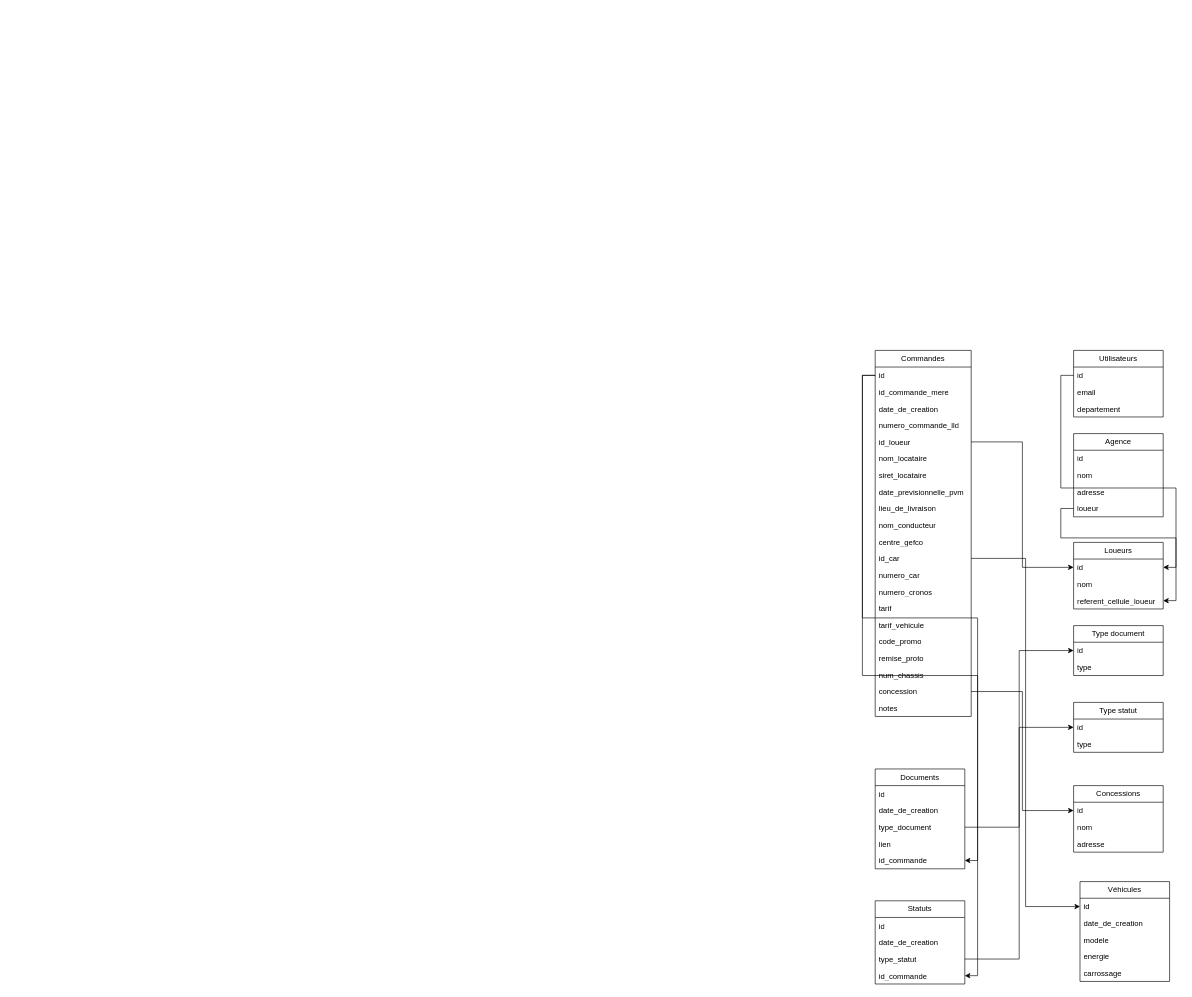
Earlier version of the draw.io diagram Diagramme sans nom.drawio (GilYounicorns/Graph). Source tidied: cells renumbered, new cells numbered last; positions are measured from the earlier drawing's top-left corner, leaving out a move shared by most shapes. Both pictures are drawn from the tidied source at 64%, with x=0, y=0 at pixel (875, 350).
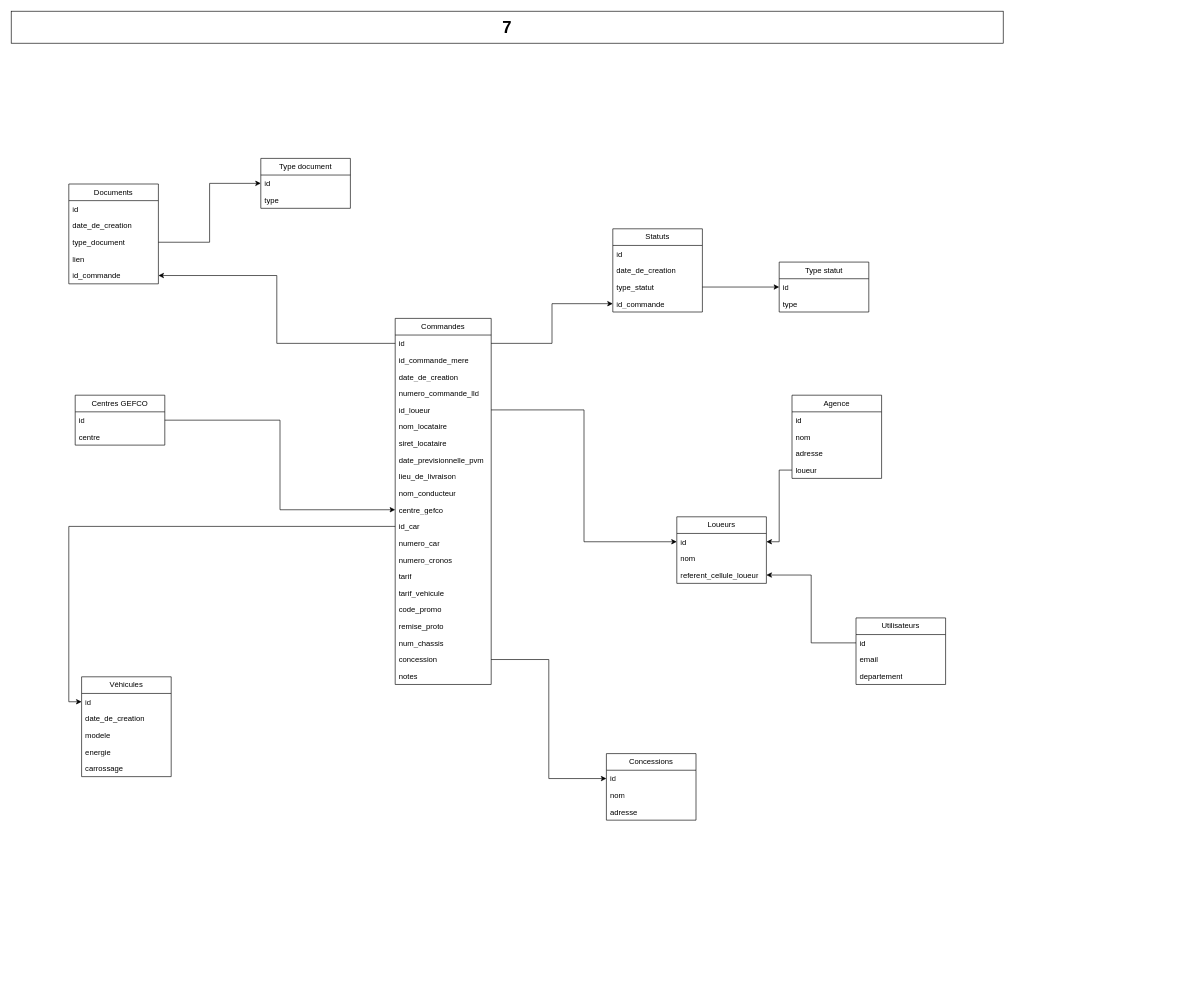
After the change.

Commit message:
Mettre à jour Diagramme sans nom.drawio

Unchanged cells that the change refers to:
```xml
<mxCell id="13" value="centre_gefco" style="text;strokeColor=none;fillColor=none;align=left;verticalAlign=top;spacingLeft=4;spacingRight=4;overflow=hidden;points=[[0,0.5],[1,0.5]];portConstraint=eastwest;whiteSpace=wrap;html=1;" parent="2" vertex="1">
  <mxGeometry y="286" width="150" height="26" as="geometry" />
</mxCell>
```

What changed in the source:
```diff
@@
     <mxCell id="2" value="Commandes" style="swimlane;fontStyle=0;horizontal=1;startSize=26;fillColor=none;whiteSpace=wrap;html=1;" parent="1" vertex="1">
-      <mxGeometry width="150" height="572" as="geometry" />
+      <mxGeometry x="-750" y="-50" width="150" height="572" as="geometry" />
     </mxCell>
@@
     <mxCell id="24" value="Utilisateurs" style="swimlane;fontStyle=0;horizontal=1;startSize=26;fillColor=none;whiteSpace=wrap;html=1;" parent="1" vertex="1">
-      <mxGeometry x="310" width="140" height="104" as="geometry" />
+      <mxGeometry x="-30" y="418" width="140" height="104" as="geometry" />
     </mxCell>
@@
     <mxCell id="28" value="Loueurs" style="swimlane;fontStyle=0;horizontal=1;startSize=26;fillColor=none;whiteSpace=wrap;html=1;" parent="1" vertex="1">
-      <mxGeometry x="310" y="300" width="140" height="104" as="geometry" />
+      <mxGeometry x="-310" y="260" width="140" height="104" as="geometry" />
     </mxCell>
@@
     <mxCell id="32" value="Agence" style="swimlane;fontStyle=0;horizontal=1;startSize=26;fillColor=none;whiteSpace=wrap;html=1;" parent="1" vertex="1">
-      <mxGeometry x="310" y="130" width="140" height="130" as="geometry" />
+      <mxGeometry x="-130" y="70" width="140" height="130" as="geometry" />
     </mxCell>
@@
     <mxCell id="37" value="Type statut" style="swimlane;fontStyle=0;horizontal=1;startSize=26;fillColor=none;whiteSpace=wrap;html=1;" parent="1" vertex="1">
-      <mxGeometry x="310" y="550" width="140" height="78" as="geometry" />
+      <mxGeometry x="-150" y="-138" width="140" height="78" as="geometry" />
     </mxCell>
@@
     <mxCell id="40" value="Statuts" style="swimlane;fontStyle=0;horizontal=1;startSize=26;fillColor=none;whiteSpace=wrap;html=1;" parent="1" vertex="1">
-      <mxGeometry y="860" width="140" height="130" as="geometry" />
+      <mxGeometry x="-410" y="-190" width="140" height="130" as="geometry" />
     </mxCell>
@@
     <mxCell id="45" value="Documents" style="swimlane;fontStyle=0;horizontal=1;startSize=26;fillColor=none;whiteSpace=wrap;html=1;" parent="1" vertex="1">
-      <mxGeometry y="654" width="140" height="156" as="geometry" />
+      <mxGeometry x="-1260" y="-260" width="140" height="156" as="geometry" />
     </mxCell>
@@
     <mxCell id="51" value="Concessions" style="swimlane;fontStyle=0;horizontal=1;startSize=26;fillColor=none;whiteSpace=wrap;html=1;" parent="1" vertex="1">
-      <mxGeometry x="310" y="680" width="140" height="104" as="geometry" />
+      <mxGeometry x="-420" y="630" width="140" height="104" as="geometry" />
     </mxCell>
@@
     <mxCell id="55" value="Type document" style="swimlane;fontStyle=0;horizontal=1;startSize=26;fillColor=none;whiteSpace=wrap;html=1;" parent="1" vertex="1">
-      <mxGeometry x="310" y="430" width="140" height="78" as="geometry" />
+      <mxGeometry x="-960" y="-300" width="140" height="78" as="geometry" />
     </mxCell>
@@
     <mxCell id="58" value="Véhicules" style="swimlane;fontStyle=0;horizontal=1;startSize=26;fillColor=none;whiteSpace=wrap;html=1;" parent="1" vertex="1">
-      <mxGeometry x="320" y="830" width="140" height="156" as="geometry" />
+      <mxGeometry x="-1240" y="510" width="140" height="156" as="geometry" />
     </mxCell>
@@
+    <mxCell id="73" value="Centres GEFCO" style="swimlane;fontStyle=0;horizontal=1;startSize=26;fillColor=none;whiteSpace=wrap;html=1;" parent="1" vertex="1">
+      <mxGeometry x="-1250" y="70" width="140" height="78" as="geometry" />
+    </mxCell>
+    <mxCell id="74" value="id" style="text;strokeColor=none;fillColor=none;align=left;verticalAlign=top;spacingLeft=4;spacingRight=4;overflow=hidden;points=[[0,0.5],[1,0.5]];portConstraint=eastwest;whiteSpace=wrap;html=1;" parent="73" vertex="1">
+      <mxGeometry y="26" width="140" height="26" as="geometry" />
+    </mxCell>
+    <mxCell id="75" value="centre" style="text;strokeColor=none;fillColor=none;align=left;verticalAlign=top;spacingLeft=4;spacingRight=4;overflow=hidden;whiteSpace=wrap;html=1;" parent="73" vertex="1">
+      <mxGeometry y="52" width="140" height="26" as="geometry" />
+    </mxCell>
+    <mxCell id="76" style="edgeStyle=orthogonalEdgeStyle;rounded=0;jettySize=auto;html=1;entryX=0;entryY=0.5;entryDx=0;entryDy=0;" parent="1" edge="1" source="74" target="13">
+      <mxGeometry relative="1" as="geometry" />
+    </mxCell>
+    <mxCell id="77" value="7&lt;br&gt;" style="html=1;whiteSpace=wrap;fontStyle=1;fontSize=26;" parent="1" vertex="1">
+      <mxGeometry x="-1350" y="-530" width="1550" height="50" as="geometry" />
+    </mxCell>
```
